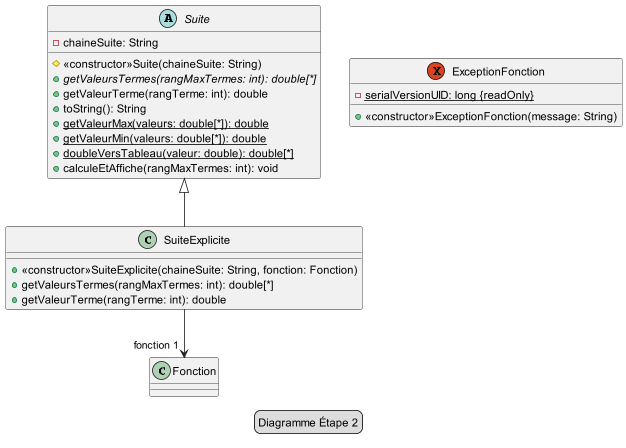
Before: plantuml/etape_2_diagramme.png, a diagram exported from PlantUML (carlkolodziejski/sweet).
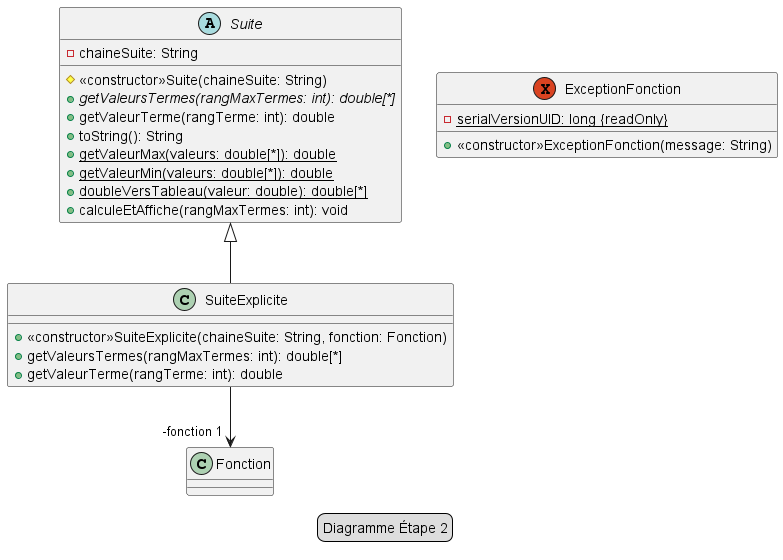
The same diagram one commit later.

What changed in the source:
```diff
@@ -28,5 +28,5 @@
 class Fonction {
 }
 
-SuiteExplicite --> "fonction 1" Fonction
+SuiteExplicite --> "-fonction 1" Fonction
 @enduml
```
